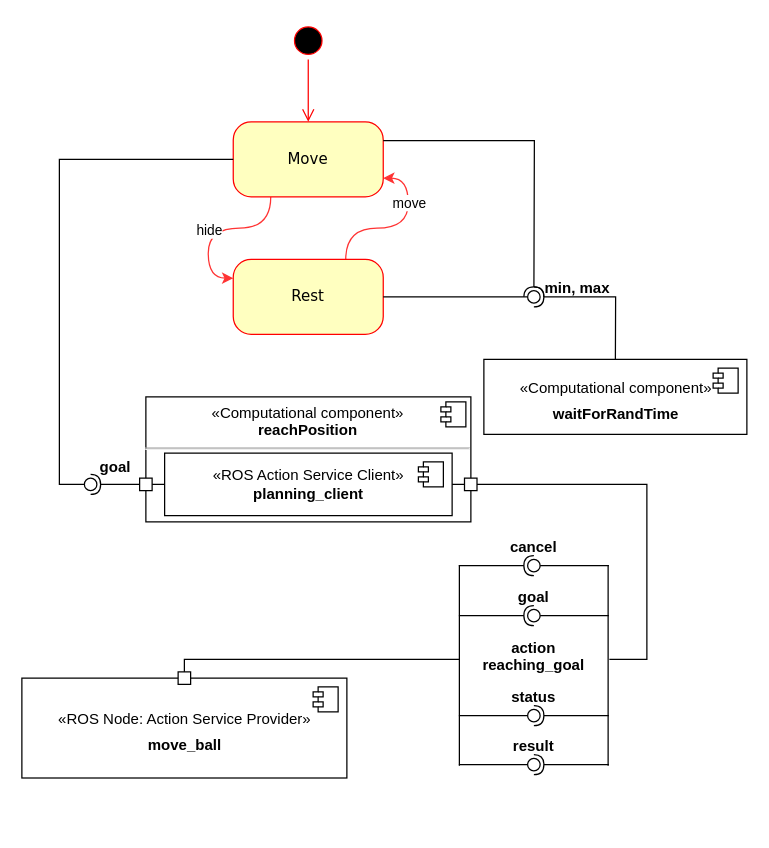
Earlier version of the draw.io diagram draw_io/ball_state_machine_and_comp.drawio (aGotelli/Andrea_Gotelli_EROLA_Assignment). Source tidied: cells renumbered, new cells numbered last; positions are measured from the earlier drawing's top-left corner, leaving out a move shared by most shapes. Both pictures are drawn from the tidied source at 125%, with x=0, y=0 at pixel (21, 21).
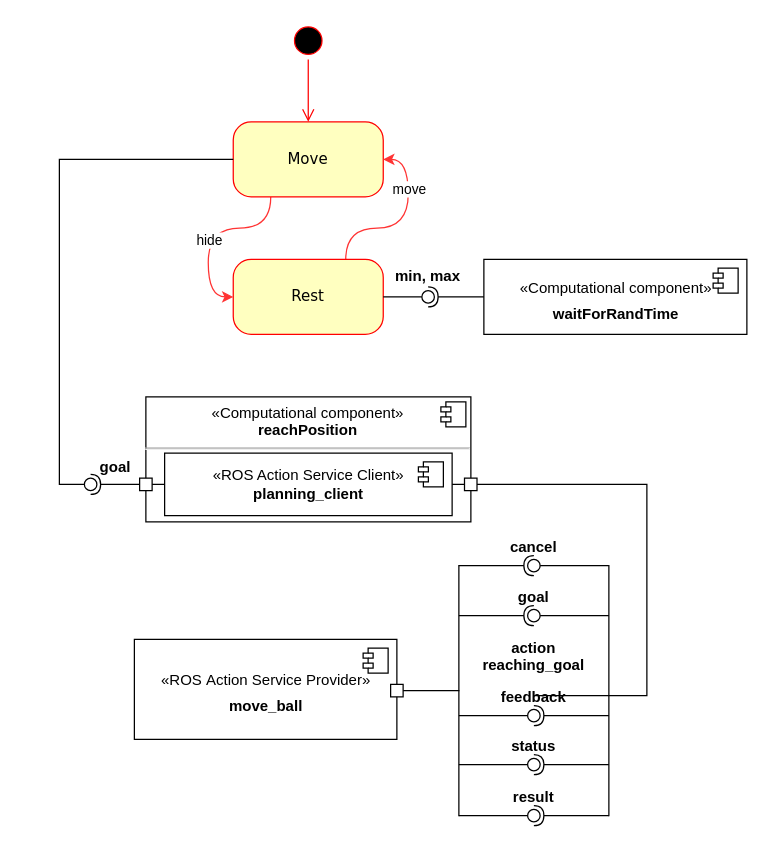
After the change.

The change refers to these unchanged cells:
```xml
<mxCell id="5" value="Move" style="rounded=1;whiteSpace=wrap;html=1;arcSize=24;fillColor=#ffffc0;strokeColor=#ff0000;shadow=0;comic=0;labelBackgroundColor=none;fontFamily=Verdana;fontSize=12;fontColor=#000000;align=center;" parent="1" vertex="1">
  <mxGeometry x="169.1" y="80" width="120" height="60" as="geometry" />
</mxCell>
<mxCell id="8" value="Rest" style="rounded=1;whiteSpace=wrap;html=1;arcSize=24;fillColor=#ffffc0;strokeColor=#ff0000;shadow=0;comic=0;labelBackgroundColor=none;fontFamily=Verdana;fontSize=12;fontColor=#000000;align=center;" parent="1" vertex="1">
  <mxGeometry x="169.1" y="190" width="120" height="60" as="geometry" />
</mxCell>
<mxCell id="33" style="rounded=0;whiteSpace=wrap;html=1;" parent="1" vertex="1">
  <mxGeometry x="354.1" y="365" width="10" height="10" as="geometry" />
</mxCell>
```

Diff of the diagram source:
```diff
@@
-    <mxCell id="3" style="edgeStyle=orthogonalEdgeStyle;jettySize=auto;html=1;entryX=0;entryY=0.25;entryDx=0;entryDy=0;strokeColor=#FF3333;curved=1;exitX=0.25;exitY=1;exitDx=0;exitDy=0;" parent="1" edge="1" source="5" target="8">
+    <mxCell id="3" style="edgeStyle=orthogonalEdgeStyle;jettySize=auto;html=1;entryX=0;entryY=0.5;entryDx=0;entryDy=0;strokeColor=#FF3333;curved=1;exitX=0.25;exitY=1;exitDx=0;exitDy=0;" parent="1" edge="1" source="5" target="8">
       <mxGeometry relative="1" as="geometry" />
     </mxCell>
@@
-    <mxCell id="6" style="edgeStyle=orthogonalEdgeStyle;jettySize=auto;html=1;entryX=1;entryY=0.75;entryDx=0;entryDy=0;strokeColor=#FF3333;curved=1;exitX=0.75;exitY=0;exitDx=0;exitDy=0;" parent="1" edge="1" source="8" target="5">
+    <mxCell id="6" style="edgeStyle=orthogonalEdgeStyle;jettySize=auto;html=1;entryX=1;entryY=0.5;entryDx=0;entryDy=0;strokeColor=#FF3333;curved=1;exitX=0.75;exitY=0;exitDx=0;exitDy=0;" parent="1" edge="1" source="8" target="5">
       <mxGeometry relative="1" as="geometry" />
     </mxCell>
@@
     <mxCell id="10" style="rounded=0;orthogonalLoop=1;jettySize=auto;html=1;endArrow=none;endFill=0;" parent="1" edge="1">
       <mxGeometry relative="1" as="geometry">
-        <mxPoint x="350" y="434.5" as="sourcePoint" />
-        <mxPoint x="350" y="595" as="targetPoint" />
+        <mxPoint x="349.6" y="434.5" as="sourcePoint" />
+        <mxPoint x="349.6" y="635.5" as="targetPoint" />
       </mxGeometry>
     </mxCell>
@@
-    <mxCell id="22" value="result" style="text;align=center;fontStyle=1;verticalAlign=middle;spacingLeft=3;spacingRight=3;strokeColor=none;" parent="1" vertex="1">
+    <mxCell id="22" value="status" style="text;align=center;fontStyle=1;verticalAlign=middle;spacingLeft=3;spacingRight=3;strokeColor=none;" parent="1" vertex="1">
       <mxGeometry x="394.6" y="568.2" width="30" height="21" as="geometry" />
     </mxCell>
+    <mxCell id="53" style="rounded=0;jettySize=auto;html=1;endArrow=none;endFill=0;" parent="1" edge="1" target="55">
+      <mxGeometry relative="1" as="geometry">
+        <mxPoint x="349.6" y="635" as="sourcePoint" />
+      </mxGeometry>
+    </mxCell>
+    <mxCell id="54" style="rounded=0;jettySize=auto;html=1;endArrow=halfCircle;endFill=0;entryX=0.5;entryY=0.5;entryDx=0;entryDy=0;endSize=6;strokeWidth=1;" parent="1" edge="1" target="55">
+      <mxGeometry relative="1" as="geometry">
+        <mxPoint x="469.6" y="635" as="sourcePoint" />
+      </mxGeometry>
+    </mxCell>
+    <mxCell id="55" style="ellipse;whiteSpace=wrap;html=1;fontFamily=Helvetica;fontSize=12;fontColor=#000000;align=center;strokeColor=#000000;fillColor=#ffffff;points=[];" parent="1" vertex="1">
+      <mxGeometry x="404.6" y="630" width="10" height="10" as="geometry" />
+    </mxCell>
+    <mxCell id="56" value="result" style="text;align=center;fontStyle=1;verticalAlign=middle;spacingLeft=3;spacingRight=3;strokeColor=none;" parent="1" vertex="1">
+      <mxGeometry x="394.6" y="609" width="30" height="21" as="geometry" />
+    </mxCell>
     <mxCell id="23" style="rounded=0;orthogonalLoop=1;jettySize=auto;html=1;endArrow=none;endFill=0;" parent="1" edge="1">
       <mxGeometry relative="1" as="geometry">
-        <mxPoint x="469" y="434.5" as="sourcePoint" />
-        <mxPoint x="469" y="595" as="targetPoint" />
+        <mxPoint x="469.6" y="434.5" as="sourcePoint" />
+        <mxPoint x="469.6" y="635.5" as="targetPoint" />
       </mxGeometry>
     </mxCell>
@@
-    <mxCell id="28" value="status" style="text;align=center;fontStyle=1;verticalAlign=middle;spacingLeft=3;spacingRight=3;strokeColor=none;" parent="1" vertex="1">
+    <mxCell id="28" value="feedback" style="text;align=center;fontStyle=1;verticalAlign=middle;spacingLeft=3;spacingRight=3;strokeColor=none;" parent="1" vertex="1">
       <mxGeometry x="394.6" y="529" width="30" height="21" as="geometry" />
     </mxCell>
@@
     <mxCell id="37" style="rounded=0;jettySize=auto;html=1;endArrow=none;endFill=0;entryX=1;entryY=0.5;entryDx=0;entryDy=0;" parent="1" edge="1" target="33">
       <mxGeometry relative="1" as="geometry">
-        <mxPoint x="470" y="510" as="sourcePoint" />
+        <mxPoint x="410" y="539" as="sourcePoint" />
         <Array as="points">
-          <mxPoint x="500" y="510" />
+          <mxPoint x="500" y="539" />
           <mxPoint x="500" y="370" />
         </Array>
       </mxGeometry>
     </mxCell>
+    <mxCell id="57" value="&lt;p style=&quot;margin: 6px 0px 0px&quot;&gt;«ROS&amp;nbsp;Action Service Provider»&lt;br&gt;&lt;/p&gt;&lt;p style=&quot;margin: 6px 0px 0px&quot;&gt;&lt;b&gt;move_ball&lt;/b&gt;&lt;/p&gt;" style="html=1;" parent="1" vertex="1">
+      <mxGeometry x="90" y="494" width="210" height="80" as="geometry" />
+    </mxCell>
+    <mxCell id="58" style="shape=module;jettyWidth=8;jettyHeight=4;" parent="57" vertex="1">
+      <mxGeometry x="1" width="20" height="20" relative="1" as="geometry">
+        <mxPoint x="-27" y="7" as="offset" />
+      </mxGeometry>
+    </mxCell>
+    <mxCell id="59" style="rounded=0;whiteSpace=wrap;html=1;" parent="1" vertex="1">
+      <mxGeometry x="295" y="530" width="10" height="10" as="geometry" />
+    </mxCell>
-    <mxCell id="38" style="rounded=0;jettySize=auto;html=1;endArrow=none;endFill=0;exitX=0.5;exitY=0;exitDx=0;exitDy=0;" parent="1" edge="1" source="52">
+    <mxCell id="38" style="rounded=0;jettySize=auto;html=1;endArrow=none;endFill=0;exitX=1;exitY=0.5;exitDx=0;exitDy=0;" parent="1" edge="1" source="59">
       <mxGeometry relative="1" as="geometry">
-        <mxPoint x="350" y="510" as="targetPoint" />
-        <Array as="points">
-          <mxPoint x="130" y="510" />
-        </Array>
+        <mxPoint x="350" y="535" as="targetPoint" />
       </mxGeometry>
     </mxCell>
@@
     <mxCell id="43" value="&lt;p style=&quot;margin: 6px 0px 0px&quot;&gt;«Computational component»&lt;br&gt;&lt;/p&gt;&lt;p style=&quot;margin: 6px 0px 0px&quot;&gt;&lt;b&gt;waitForRandTime&lt;/b&gt;&lt;/p&gt;" style="html=1;" parent="1" vertex="1">
-      <mxGeometry x="369.6" y="270" width="210.4" height="60" as="geometry" />
+      <mxGeometry x="369.6" y="190" width="210.4" height="60" as="geometry" />
     </mxCell>
@@
-    <mxCell id="46" style="rounded=0;jettySize=auto;html=1;endArrow=halfCircle;endFill=0;entryX=0.5;entryY=0.5;entryDx=0;entryDy=0;endSize=6;strokeWidth=1;exitX=0.5;exitY=0;exitDx=0;exitDy=0;" parent="1" edge="1" source="43" target="47">
-      <mxGeometry relative="1" as="geometry">
-        <Array as="points">
-          <mxPoint x="475" y="220" />
-        </Array>
-      </mxGeometry>
+    <mxCell id="46" style="rounded=0;jettySize=auto;html=1;endArrow=halfCircle;endFill=0;entryX=0.5;entryY=0.5;entryDx=0;entryDy=0;endSize=6;strokeWidth=1;exitX=0;exitY=0.5;exitDx=0;exitDy=0;" parent="1" edge="1" source="43" target="47">
+      <mxGeometry relative="1" as="geometry" />
     </mxCell>
     <mxCell id="47" style="ellipse;whiteSpace=wrap;html=1;fontFamily=Helvetica;fontSize=12;fontColor=#000000;align=center;strokeColor=#000000;fillColor=#ffffff;points=[];" parent="1" vertex="1">
-      <mxGeometry x="404.6" y="215" width="10" height="10" as="geometry" />
+      <mxGeometry x="320" y="215" width="10" height="10" as="geometry" />
     </mxCell>
     <mxCell id="48" value="min, max" style="text;align=center;fontStyle=1;verticalAlign=middle;spacingLeft=3;spacingRight=3;strokeColor=none;" parent="1" vertex="1">
-      <mxGeometry x="404.6" y="199" width="80" height="26" as="geometry" />
+      <mxGeometry x="285" y="190" width="80" height="26" as="geometry" />
     </mxCell>
-    <mxCell id="49" style="rounded=0;jettySize=auto;html=1;endArrow=halfCircle;endFill=0;entryX=0.5;entryY=0.5;entryDx=0;entryDy=0;endSize=6;strokeWidth=1;exitX=1;exitY=0.25;exitDx=0;exitDy=0;" parent="1" edge="1" source="5">
-      <mxGeometry relative="1" as="geometry">
-        <mxPoint x="409.6" y="220" as="targetPoint" />
-        <Array as="points">
-          <mxPoint x="410" y="95" />
-        </Array>
-      </mxGeometry>
-    </mxCell>
-    <mxCell id="50" value="&lt;p style=&quot;margin: 6px 0px 0px&quot;&gt;«ROS Node: Action Service Provider»&lt;br&gt;&lt;/p&gt;&lt;p style=&quot;margin: 6px 0px 0px&quot;&gt;&lt;b&gt;move_ball&lt;/b&gt;&lt;/p&gt;" style="html=1;" parent="1" vertex="1">
-      <mxGeometry y="525" width="260" height="79.9" as="geometry" />
-    </mxCell>
-    <mxCell id="51" style="shape=module;jettyWidth=8;jettyHeight=4;" parent="50" vertex="1">
-      <mxGeometry x="1" width="20" height="20" relative="1" as="geometry">
-        <mxPoint x="-27" y="7" as="offset" />
-      </mxGeometry>
-    </mxCell>
-    <mxCell id="52" style="rounded=0;whiteSpace=wrap;html=1;" parent="1" vertex="1">
-      <mxGeometry x="125" y="520" width="10" height="10" as="geometry" />
-    </mxCell>
```
